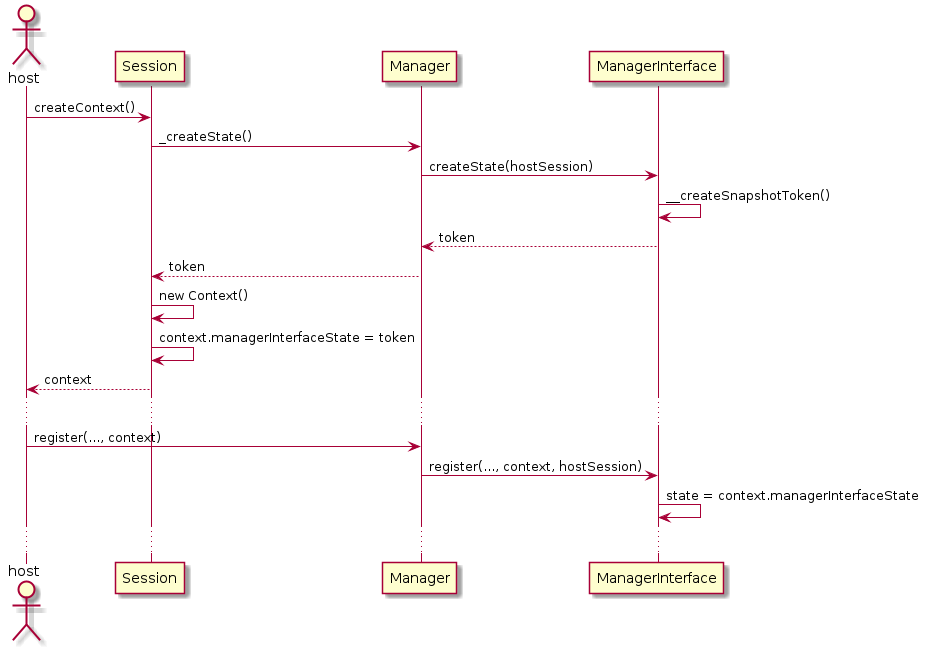
This is docs/inline_umlgraph_1.png from OpenAssetIO/OpenAssetIO, a PlantUML export, as it was before one commit. The source it was exported from:
```plantuml
@startuml
actor host
host -> Session : createContext()
Session -> Manager : _createState()
Manager -> ManagerInterface : createState(hostSession)
ManagerInterface -> ManagerInterface : __createSnapshotToken()
ManagerInterface --> Manager : token
Manager --> Session : token
Session -> Session : new Context()
Session -> Session : context.managerInterfaceState = token
Session --> host : context
...
host -> Manager : register(..., context)
Manager -> ManagerInterface : register(..., context, hostSession)
ManagerInterface -> ManagerInterface : state = context.managerInterfaceState
...
@enduml
```
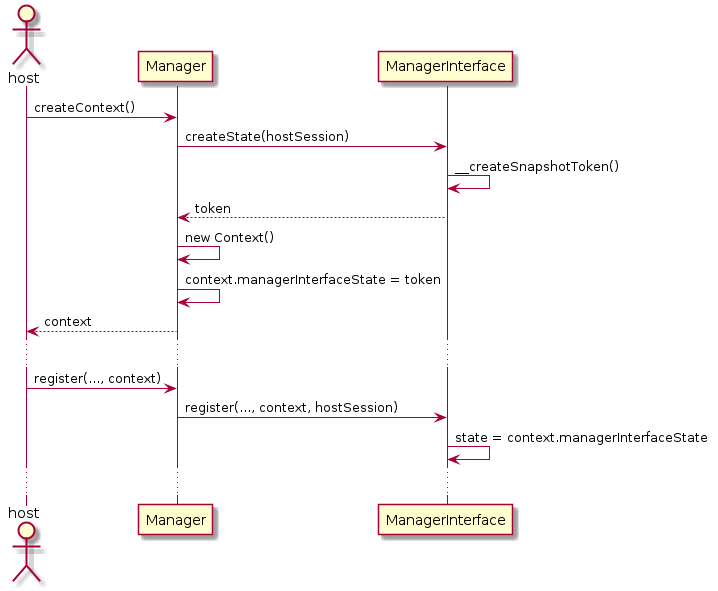
After the commit.

Change to the diagram source:
```diff
@@ -1,14 +1,12 @@
 @startuml
 actor host
-host -> Session : createContext()
-Session -> Manager : _createState()
+host -> Manager : createContext()
 Manager -> ManagerInterface : createState(hostSession)
 ManagerInterface -> ManagerInterface : __createSnapshotToken()
 ManagerInterface --> Manager : token
-Manager --> Session : token
-Session -> Session : new Context()
-Session -> Session : context.managerInterfaceState = token
-Session --> host : context
+Manager -> Manager : new Context()
+Manager -> Manager : context.managerInterfaceState = token
+Manager --> host : context
 ...
 host -> Manager : register(..., context)
 Manager -> ManagerInterface : register(..., context, hostSession)
```
